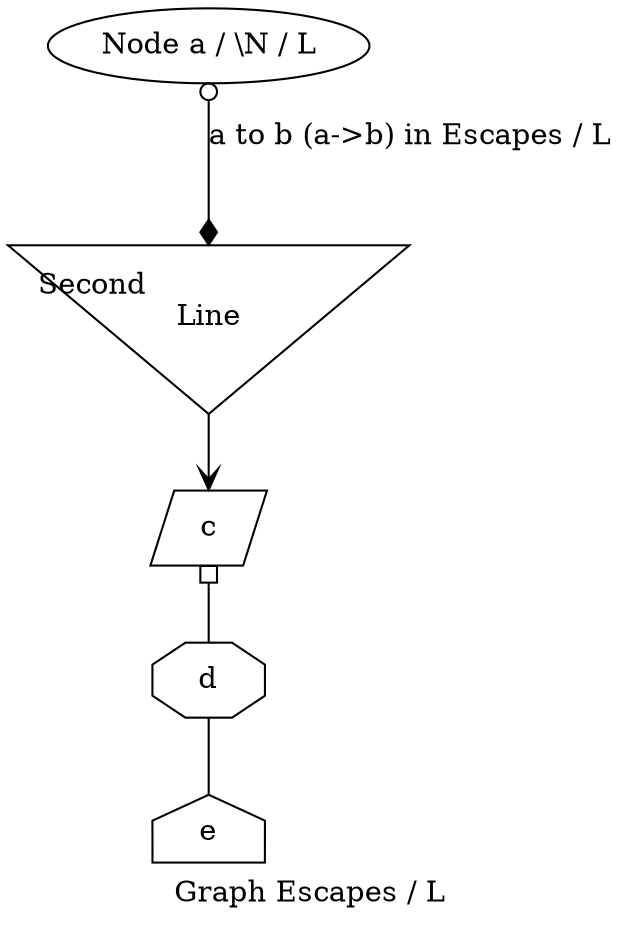
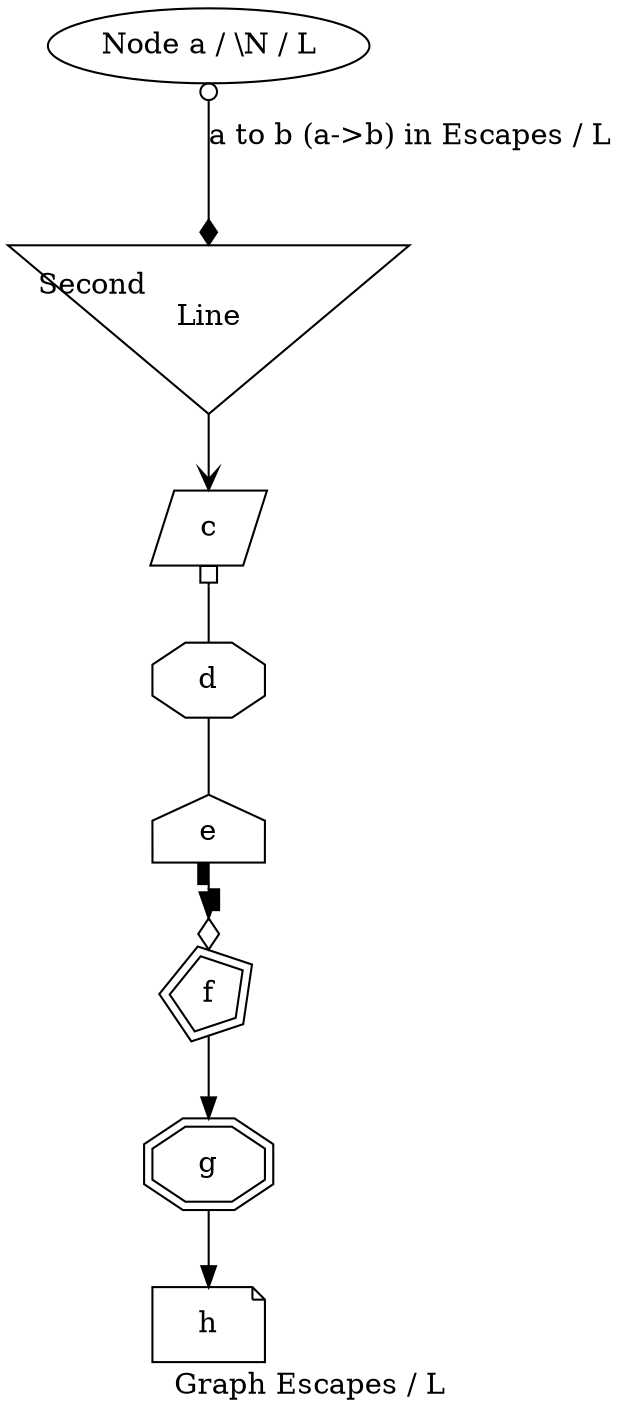
digraph Escapes {
  graph [label="Graph \G / \L"]
  a [label="Node \N / \\N / \L" shape=oval]
  b [label="Second\lLine" shape=invtriangle]
  c [shape=parallelogram]
  d [shape=octagon]
  e [shape=house]
+   f [shape=polygon sides=5 orientation=18 skew=0.2 distortion=0.1 regular=true peripheries=2]
+   g [shape=doubleoctagon]
+   h [shape=note]
  a -> b [label="\T to \H (\E) in \G / \L" arrowhead=diamond arrowtail=odot dir=both]
  b -> c [arrowhead=vee]
  c -> d [dir=back arrowtail=obox]
  d -> e [dir=none]
+   e -> f [arrowhead="odiamondnormal" arrowtail="lboxrbox" dir=both arrowsize=1.25]
+   f -> g
+   g -> h
}
